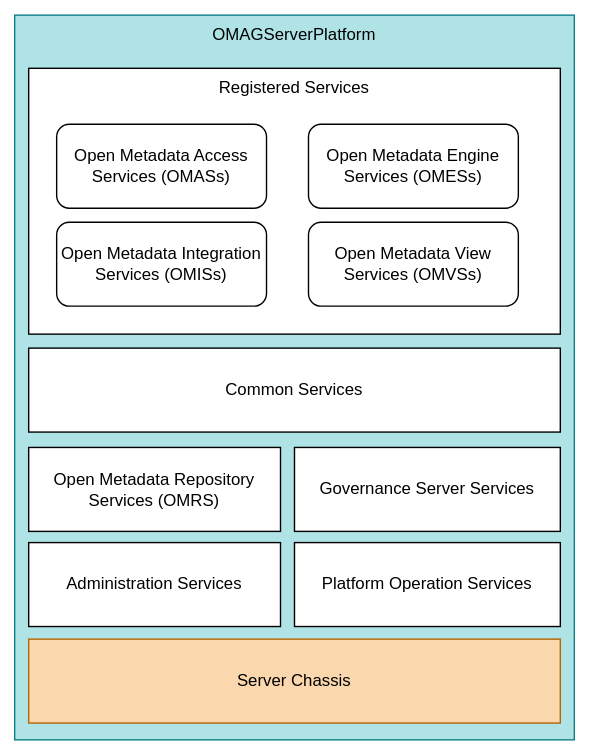
odpi/egeria-docs keeps this draw.io diagram as site/docs/services/server-chassis-structure.svg. Above is the earlier version. Source tidied: cells renumbered, new cells last; positions are measured from the earlier drawing's top-left corner, leaving out a move shared by most shapes.
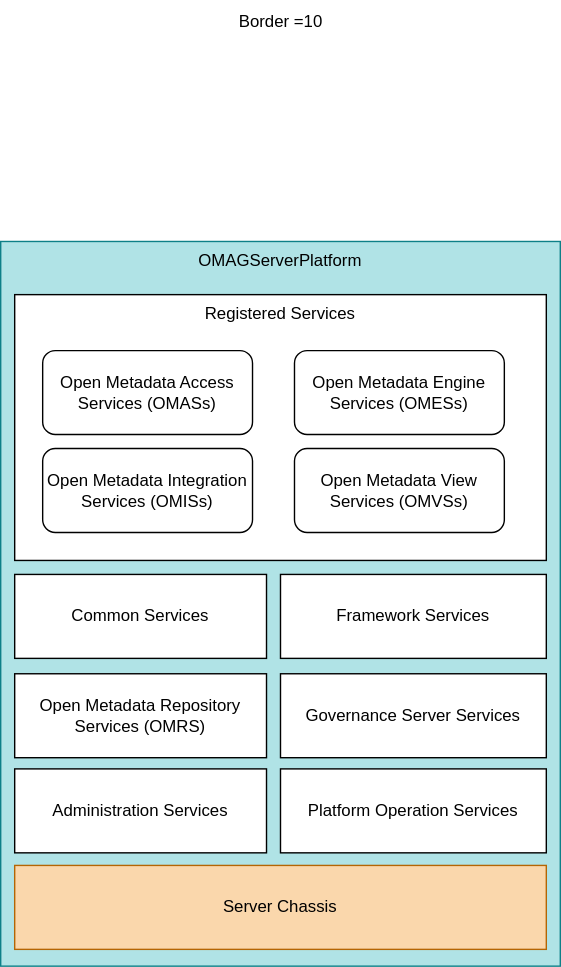
The same file after the commit.

Commit message:
Add framework services

What changed in the source:
```diff
@@ -11,8 +11,8 @@
     <mxCell id="4" value="Open Metadata Repository Services (OMRS)" style="rounded=0;whiteSpace=wrap;html=1;" parent="1" vertex="1">
       <mxGeometry x="10" y="309" width="180" height="60" as="geometry" />
     </mxCell>
-    <mxCell id="5" value="Common Services" style="rounded=0;whiteSpace=wrap;html=1;" parent="1" vertex="1">
-      <mxGeometry x="10" y="238" width="380" height="60" as="geometry" />
+    <mxCell id="5" value="Framework Services" style="rounded=0;whiteSpace=wrap;html=1;" parent="1" vertex="1">
+      <mxGeometry x="200" y="238" width="190" height="60" as="geometry" />
     </mxCell>
     <mxCell id="6" value="Governance Server Services" style="rounded=0;whiteSpace=wrap;html=1;" parent="1" vertex="1">
       <mxGeometry x="200" y="309" width="190" height="60" as="geometry" />
@@ -38,5 +38,11 @@
     <mxCell id="13" value="Open Metadata View Services (OMVSs)" style="rounded=1;whiteSpace=wrap;html=1;" parent="1" vertex="1">
       <mxGeometry x="210" y="148" width="150" height="60" as="geometry" />
     </mxCell>
+    <mxCell id="14" value="Border =10" style="text;html=1;align=center;verticalAlign=middle;strokeColor=none;fillColor=none;" parent="1" vertex="1">
+      <mxGeometry x="160" y="-172" width="80" height="30" as="geometry" />
+    </mxCell>
+    <mxCell id="15" value="Common Services" style="rounded=0;whiteSpace=wrap;html=1;" parent="1" vertex="1">
+      <mxGeometry x="10" y="238" width="180" height="60" as="geometry" />
+    </mxCell>
   </root>
 </mxGraphModel>
```
